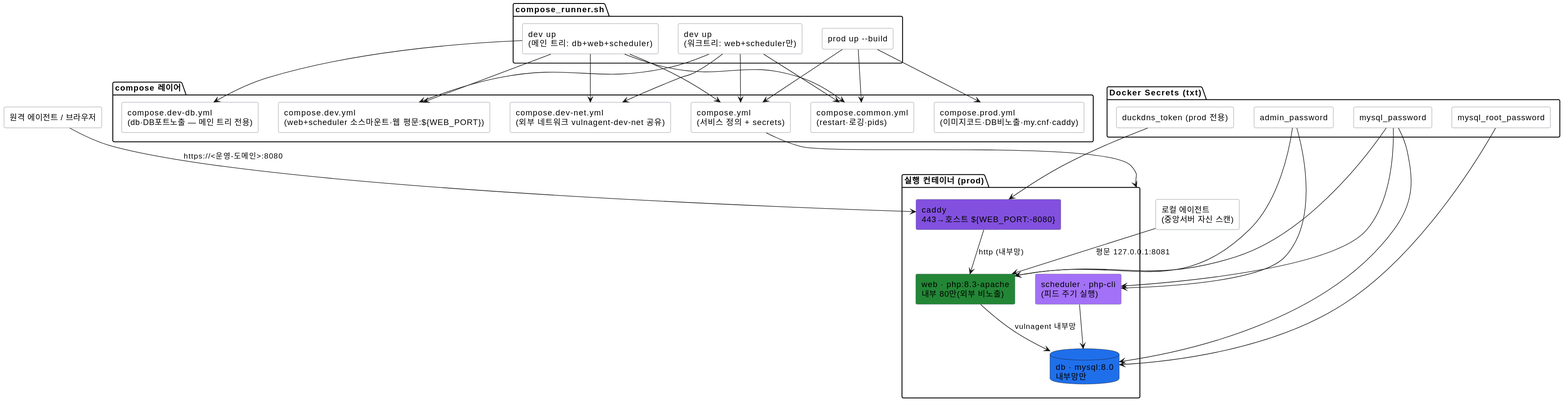
JeongDoWook/vuln-agent keeps this PlantUML diagram as docs/specs/diagrams/배포구성.svg. Above is the earlier version.
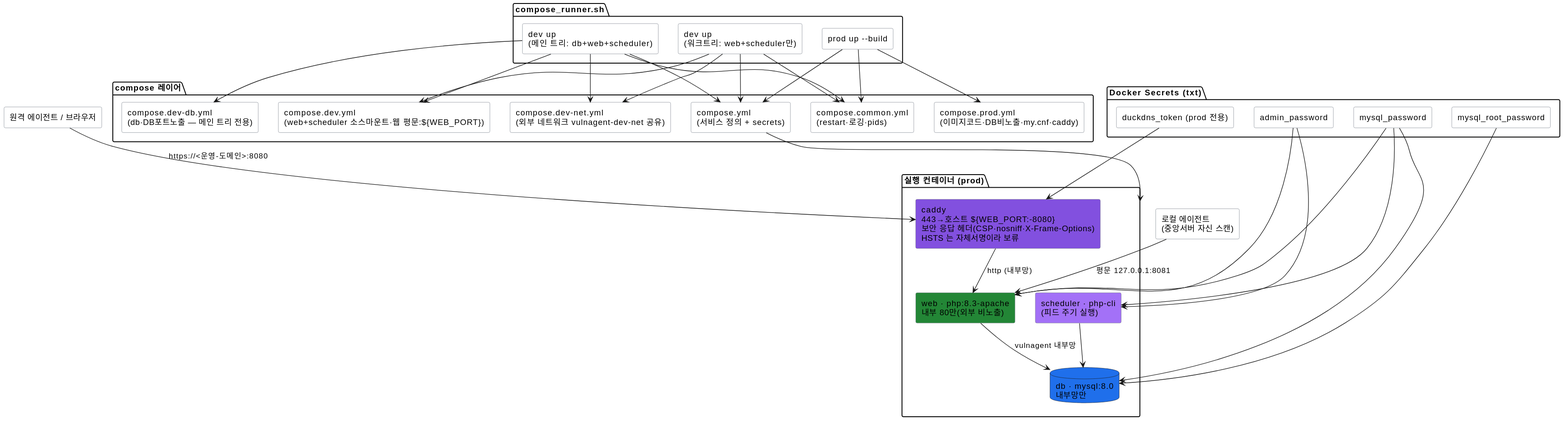
Later version of the same file.

Diff of the diagram source:
```diff
@@ -30,7 +30,7 @@
 }
 
 package "실행 컨테이너 (prod)" as Stack {
-    rectangle "caddy\n443→호스트 ${WEB_PORT:-8080}" as CADDY #8250df
+    rectangle "caddy\n443→호스트 ${WEB_PORT:-8080}\n보안 응답 헤더(CSP·nosniff·X-Frame-Options)\nHSTS 는 자체서명이라 보류" as CADDY #8250df
     rectangle "web · php:8.3-apache\n내부 80만(외부 비노출)" as WC #238636
     rectangle "scheduler · php-cli\n(피드 주기 실행)" as SCH #a371f7
     database "db · mysql:8.0\n내부망만" as DC #1f6feb
```
